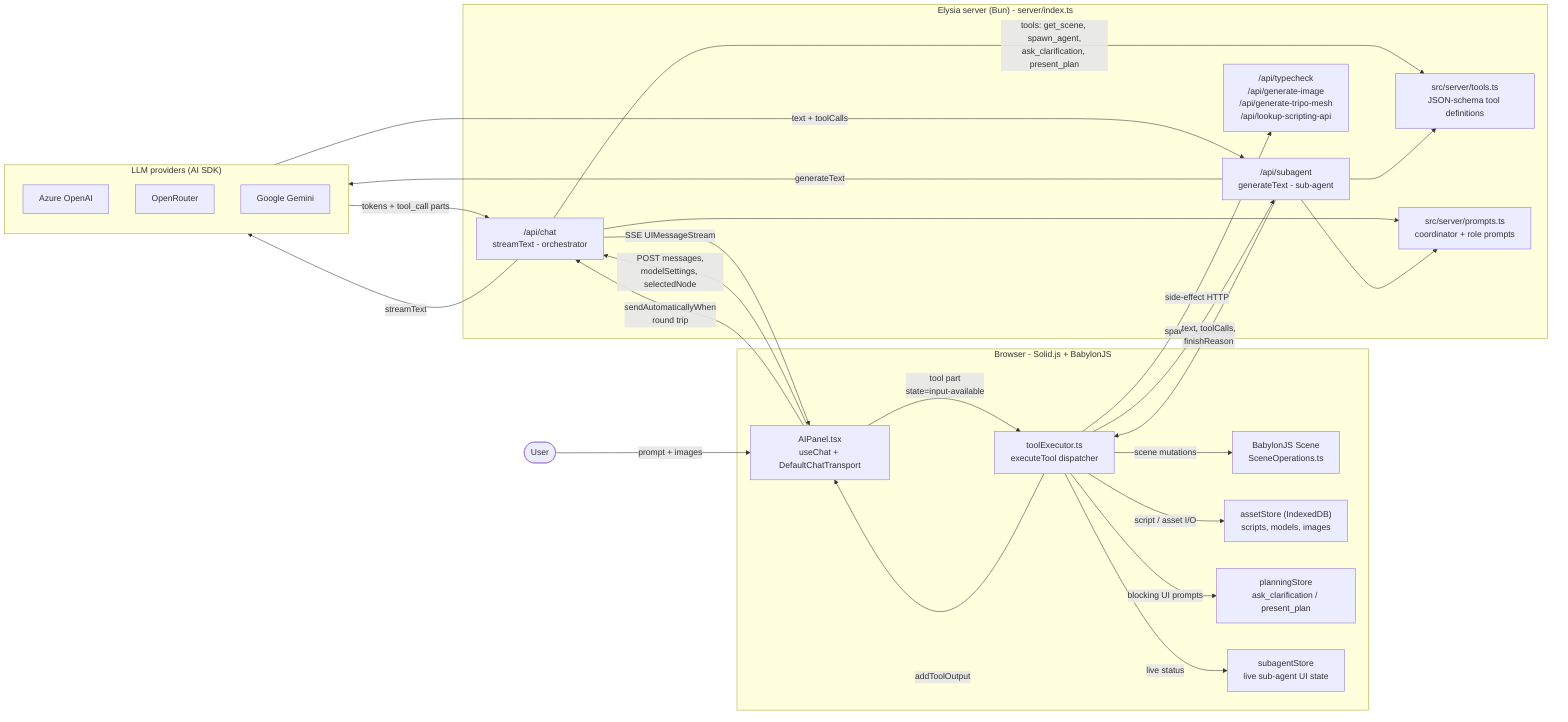
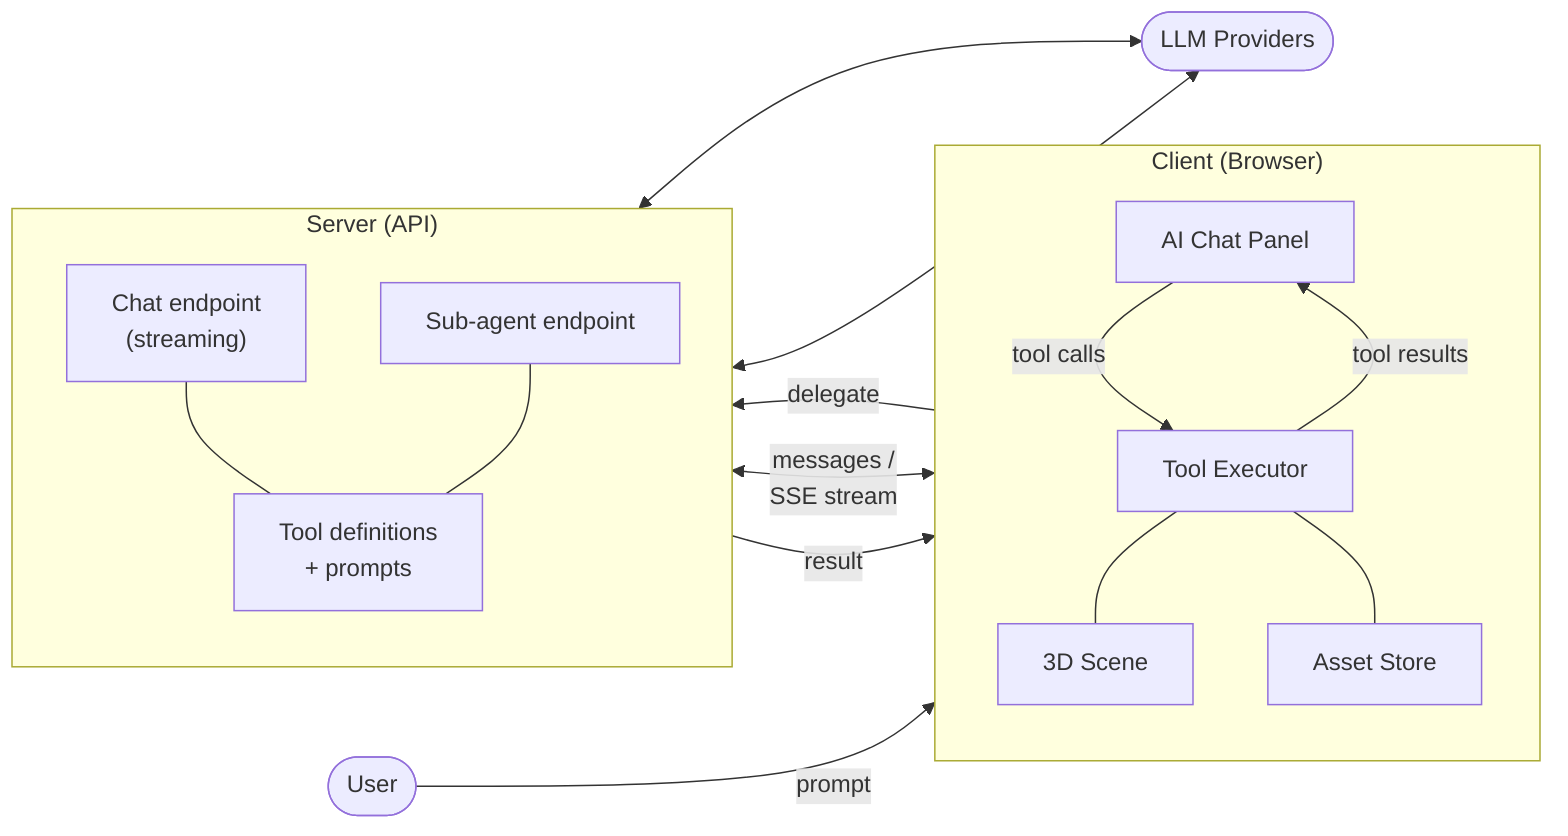
flowchart LR
    USER([User])

-     subgraph Browser["Browser - Solid.js + BabylonJS"]
-         UI["AIPanel.tsx<br/>useChat + DefaultChatTransport"]
-         EXEC["toolExecutor.ts<br/>executeTool dispatcher"]
-         SCENE["BabylonJS Scene<br/>SceneOperations.ts"]
-         STORE["assetStore (IndexedDB)<br/>scripts, models, images"]
-         PLAN["planningStore<br/>ask_clarification / present_plan"]
-         SUBST["subagentStore<br/>live sub-agent UI state"]
+     subgraph Client["Client (Browser)"]
+         direction TB
+         UI["AI Chat Panel"]
+         EXEC["Tool Executor"]
+         UI -->|tool calls| EXEC
+         EXEC -->|tool results| UI
+         EXEC --- SCENE["3D Scene"]
+         EXEC --- STORE["Asset Store"]
    end

-     subgraph Server["Elysia server (Bun) - server/index.ts"]
-         CHAT["/api/chat<br/>streamText - orchestrator"]
-         SUB["/api/subagent<br/>generateText - sub-agent"]
-         AUX["/api/typecheck<br/>/api/generate-image<br/>/api/generate-tripo-mesh<br/>/api/lookup-scripting-api"]
-         TOOLS["src/server/tools.ts<br/>JSON-schema tool definitions"]
-         PROMPTS["src/server/prompts.ts<br/>coordinator + role prompts"]
+     subgraph Server["Server (API)"]
+         direction TB
+         CHAT["Chat endpoint<br/>(streaming)"]
+         SUB["Sub-agent endpoint"]
+         TOOLS["Tool definitions<br/>+ prompts"]
+         CHAT --- TOOLS
+         SUB --- TOOLS
    end

-     subgraph Providers["LLM providers (AI SDK)"]
-         AZ[Azure OpenAI]
-         OR[OpenRouter]
-         GG[Google Gemini]
-     end
+     LLM(["LLM Providers"])

-     USER -->|prompt + images| UI
-     UI -->|POST messages,<br/>modelSettings, selectedNode| CHAT
-     CHAT -->|tools: get_scene, spawn_agent,<br/>ask_clarification, present_plan| TOOLS
-     CHAT --> PROMPTS
-     CHAT -->|streamText| Providers
-     Providers -->|tokens + tool_call parts| CHAT
-     CHAT -->|SSE UIMessageStream| UI
- 
-     UI -->|tool part<br/>state=input-available| EXEC
-     EXEC -->|scene mutations| SCENE
-     EXEC -->|script / asset I/O| STORE
-     EXEC -->|blocking UI prompts| PLAN
-     EXEC -->|side-effect HTTP| AUX
-     EXEC -->|spawn_agent loop| SUB
-     EXEC -->|live status| SUBST
- 
-     SUB --> TOOLS
-     SUB --> PROMPTS
-     SUB -->|generateText| Providers
-     Providers -->|text + toolCalls| SUB
-     SUB -->|text, toolCalls,<br/>finishReason| EXEC
- 
-     EXEC -->|addToolOutput| UI
-     UI -->|sendAutomaticallyWhen<br/>round trip| CHAT
+     USER -->|prompt| UI
+     UI <-->|messages /<br/>SSE stream| CHAT
+     EXEC -->|delegate| SUB
+     SUB -->|result| EXEC
+     CHAT <--> LLM
+     SUB <--> LLM
